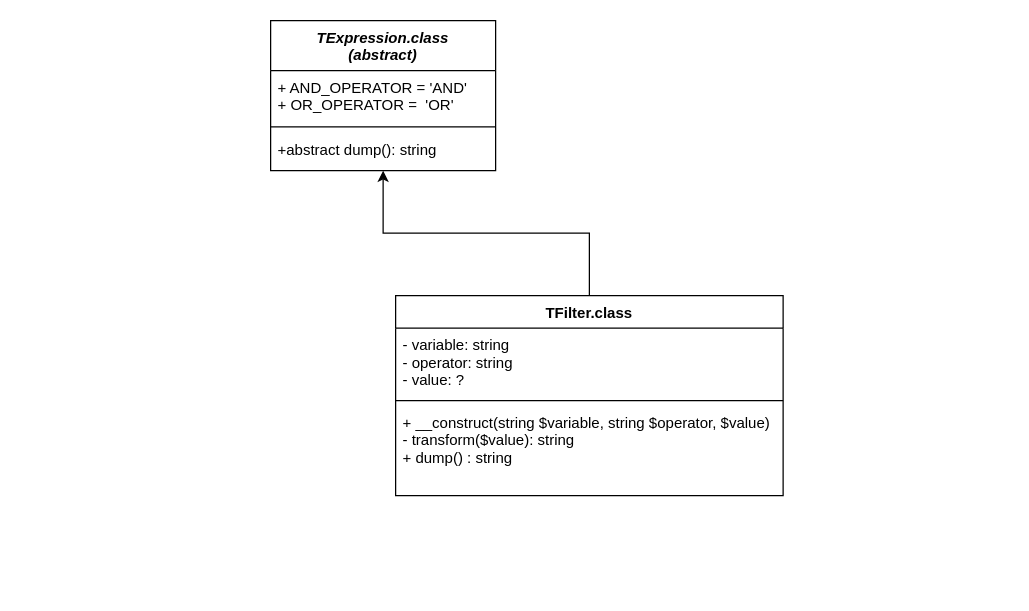
Above: Designer_Pattern_ADO.drawio in heitorzunta/estudo_designer_pattern_ADO_PHP (draw.io), before the change. Source tidied: cells renumbered, new cells numbered last; positions are measured from the earlier drawing's top-left corner, leaving out a move shared by most shapes. Both pictures are drawn from the tidied source at 125%, with x=0, y=0 at pixel (270, 20).
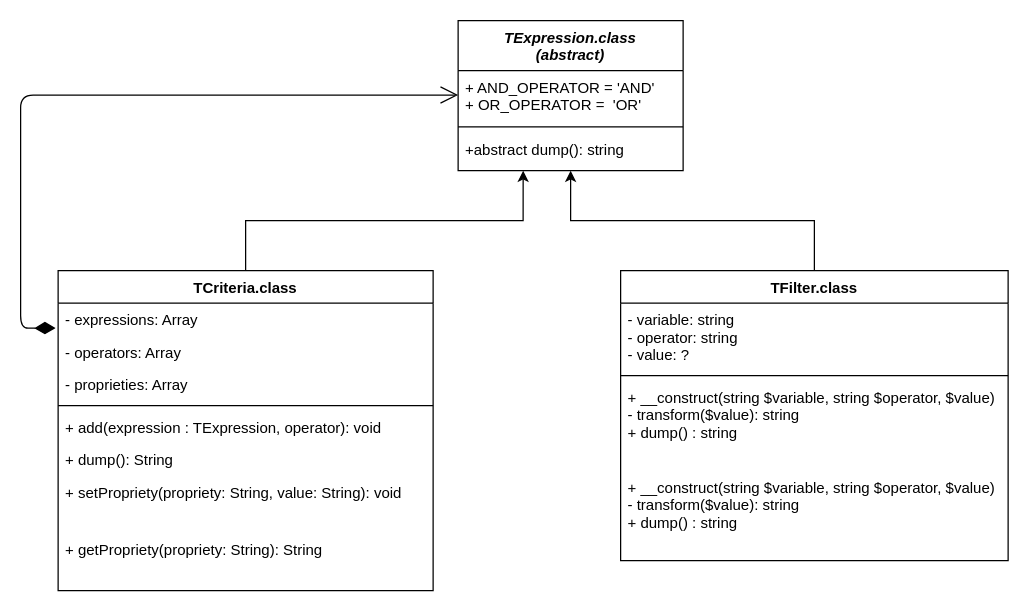
The same diagram, later.

Unchanged cells that the change refers to:
```xml
<mxCell id="5" value="+abstract dump(): string" style="text;strokeColor=none;fillColor=none;align=left;verticalAlign=top;spacingLeft=4;spacingRight=4;overflow=hidden;points=[[0,0.5],[1,0.5]];portConstraint=eastwest;" parent="2" vertex="1">
  <mxGeometry y="90" width="180" height="30" as="geometry" />
</mxCell>
```

Diff of the diagram source:
```diff
@@
     <mxCell id="2" value="TExpression.class&#10;(abstract)" style="swimlane;fontStyle=3;align=center;verticalAlign=top;horizontal=1;startSize=40;" parent="1" vertex="1">
-      <mxGeometry width="180" height="120" as="geometry" />
+      <mxGeometry x="150" width="180" height="120" as="geometry" />
     </mxCell>
@@
     <mxCell id="7" value="TFilter.class" style="swimlane;fontStyle=1;align=center;verticalAlign=top;horizontal=1;startSize=26;" parent="1" vertex="1">
-      <mxGeometry x="100" y="220" width="310" height="160" as="geometry" />
+      <mxGeometry x="280" y="200" width="310" height="232" as="geometry" />
     </mxCell>
@@
+    <mxCell id="11" value="+ __construct(string $variable, string $operator, $value)&#10;- transform($value): string&#10;+ dump() : string" style="text;strokeColor=none;fillColor=none;align=left;verticalAlign=top;spacingLeft=4;spacingRight=4;overflow=hidden;" parent="7" vertex="1">
+      <mxGeometry y="88" width="310" height="72" as="geometry" />
+    </mxCell>
     <mxCell id="10" value="+ __construct(string $variable, string $operator, $value)&#10;- transform($value): string&#10;+ dump() : string" style="text;strokeColor=none;fillColor=none;align=left;verticalAlign=top;spacingLeft=4;spacingRight=4;overflow=hidden;" parent="7" vertex="1">
-      <mxGeometry y="88" width="310" height="72" as="geometry" />
+      <mxGeometry y="160" width="310" height="72" as="geometry" />
     </mxCell>
+    <mxCell id="12" style="edgeStyle=orthogonalEdgeStyle;rounded=0;jettySize=auto;html=1;entryX=0.289;entryY=1;entryDx=0;entryDy=0;entryPerimeter=0;" parent="1" edge="1" source="13" target="5">
+      <mxGeometry relative="1" as="geometry" />
+    </mxCell>
+    <mxCell id="13" value="TCriteria.class" style="swimlane;fontStyle=1;align=center;verticalAlign=top;horizontal=1;startSize=26;" parent="1" vertex="1">
+      <mxGeometry x="-170" y="200" width="300" height="256" as="geometry" />
+    </mxCell>
+    <mxCell id="14" value="- expressions: Array" style="text;strokeColor=none;fillColor=none;align=left;verticalAlign=top;spacingLeft=4;spacingRight=4;overflow=hidden;points=[[0,0.5],[1,0.5]];portConstraint=eastwest;" parent="13" vertex="1">
+      <mxGeometry y="26" width="300" height="26" as="geometry" />
+    </mxCell>
+    <mxCell id="15" value="- operators: Array" style="text;strokeColor=none;fillColor=none;align=left;verticalAlign=top;spacingLeft=4;spacingRight=4;overflow=hidden;" parent="13" vertex="1">
+      <mxGeometry y="52" width="300" height="26" as="geometry" />
+    </mxCell>
+    <mxCell id="16" value="- proprieties: Array" style="text;strokeColor=none;fillColor=none;align=left;verticalAlign=top;spacingLeft=4;spacingRight=4;overflow=hidden;" parent="13" vertex="1">
+      <mxGeometry y="78" width="300" height="26" as="geometry" />
+    </mxCell>
+    <mxCell id="17" style="line;strokeWidth=1;fillColor=none;align=left;verticalAlign=middle;spacingTop=-1;spacingLeft=3;spacingRight=3;labelPosition=right;" parent="13" vertex="1">
+      <mxGeometry y="104" width="300" height="8" as="geometry" />
+    </mxCell>
+    <mxCell id="18" value="+ add(expression : TExpression, operator): void" style="text;strokeColor=none;fillColor=none;align=left;verticalAlign=top;spacingLeft=4;spacingRight=4;overflow=hidden;" parent="13" vertex="1">
+      <mxGeometry y="112" width="300" height="26" as="geometry" />
+    </mxCell>
+    <mxCell id="19" value="+ dump(): String" style="text;strokeColor=none;fillColor=none;align=left;verticalAlign=top;spacingLeft=4;spacingRight=4;overflow=hidden;" parent="13" vertex="1">
+      <mxGeometry y="138" width="300" height="26" as="geometry" />
+    </mxCell>
+    <mxCell id="20" value="+ setPropriety(propriety: String, value: String): void" style="text;strokeColor=none;fillColor=none;align=left;verticalAlign=top;spacingLeft=4;spacingRight=4;overflow=hidden;" parent="13" vertex="1">
+      <mxGeometry y="164" width="300" height="46" as="geometry" />
+    </mxCell>
+    <mxCell id="21" value="+ getPropriety(propriety: String): String" style="text;strokeColor=none;fillColor=none;align=left;verticalAlign=top;spacingLeft=4;spacingRight=4;overflow=hidden;" parent="13" vertex="1">
+      <mxGeometry y="210" width="300" height="46" as="geometry" />
+    </mxCell>
+    <mxCell id="22" style="endArrow=open;html=1;endSize=12;startArrow=diamondThin;startSize=14;startFill=1;edgeStyle=orthogonalEdgeStyle;align=left;verticalAlign=bottom;exitX=-0.007;exitY=0.769;exitDx=0;exitDy=0;exitPerimeter=0;" parent="1" edge="1" source="14">
+      <mxGeometry x="-1" y="3" relative="1" as="geometry">
+        <mxPoint x="150" y="59.5" as="targetPoint" />
+        <Array as="points">
+          <mxPoint x="-200" y="246" />
+          <mxPoint x="-200" y="60" />
+        </Array>
+      </mxGeometry>
+    </mxCell>
```
